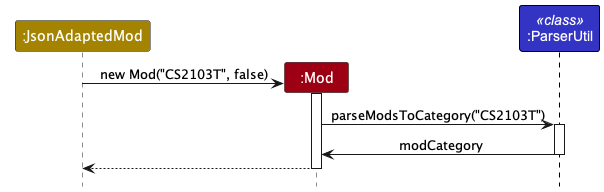
Before: docs/images/ModCategorisationSequenceDiagram.png, a diagram exported from PlantUML (nus-cs2103-AY2223S1/tp).
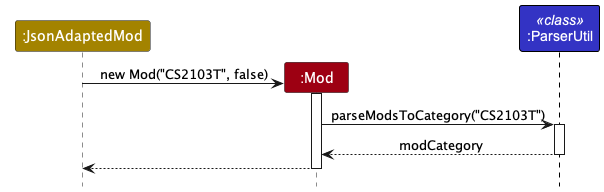
After the commit.

Change to the diagram source:
```diff
@@ -14,7 +14,7 @@
 activate Mod
 Mod -> ParserUtil: parseModsToCategory("CS2103T")
 activate ParserUtil
-ParserUtil -> Mod: modCategory
+ParserUtil --> Mod: modCategory
 deactivate ParserUtil
 Mod --> JsonAdaptedMod:
 deactivate Mod
```
